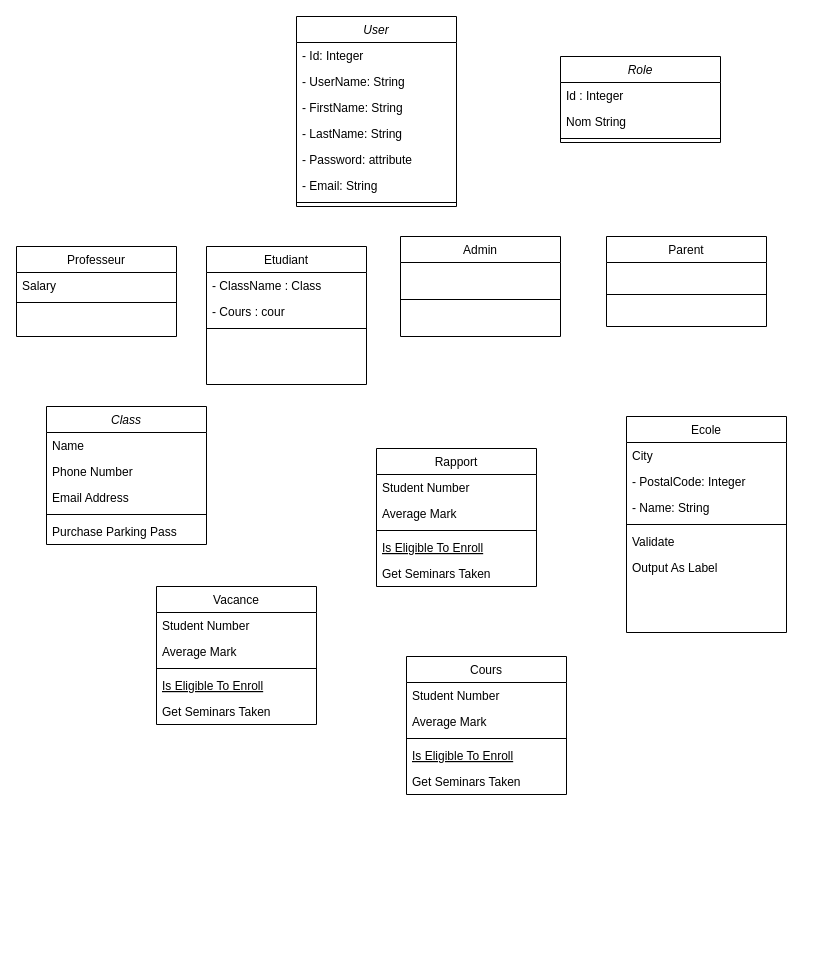
Before: Untitled Diagram.drawio in Ossama1994/Fill_Rouge_2-me_Ann-e, a draw.io diagram. Source tidied: cells renumbered, new cells numbered last; positions are measured from the earlier drawing's top-left corner, leaving out a move shared by most shapes. Both pictures are drawn from the tidied source at 100%, with x=0, y=0 at pixel (16, 16).
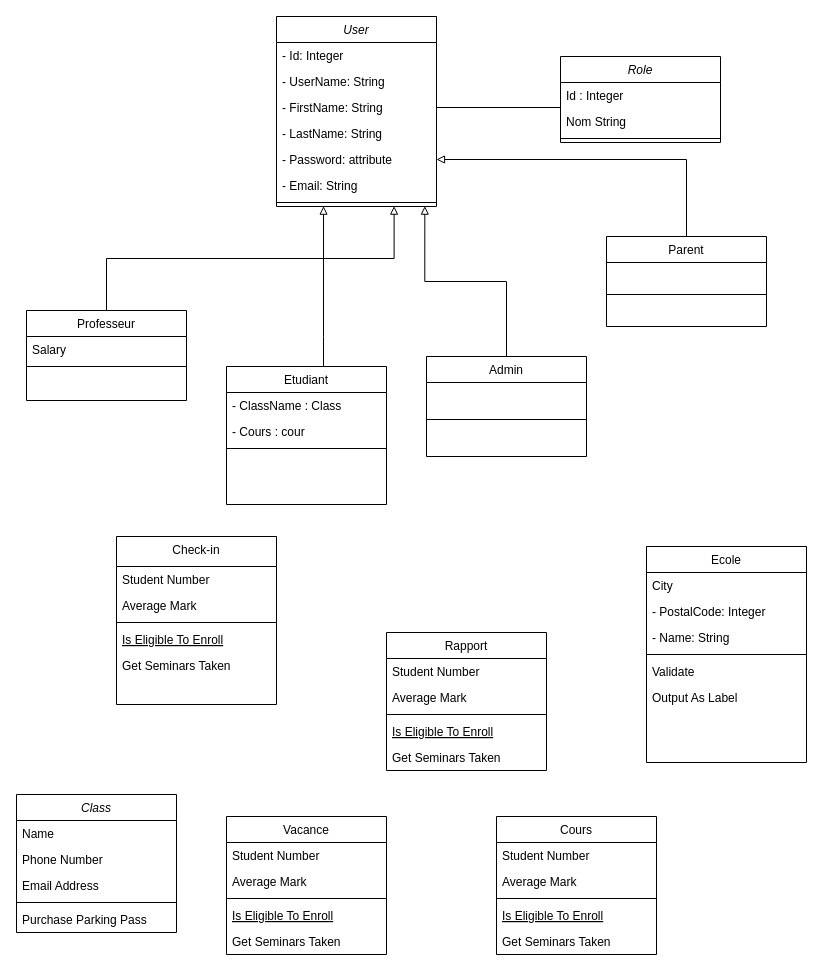
After the change.

Commit message:
Class_Diagram

The change refers to these unchanged cells:
```xml
<mxCell id="43" value="- FirstName: String" style="text;strokeColor=none;fillColor=none;align=left;verticalAlign=top;spacingLeft=4;spacingRight=4;overflow=hidden;points=[[0,0.5],[1,0.5]];portConstraint=eastwest;" parent="40" vertex="1">
  <mxGeometry y="78" width="160" height="26" as="geometry" />
</mxCell>
<mxCell id="45" value="- Password: attribute" style="text;strokeColor=none;fillColor=none;align=left;verticalAlign=top;spacingLeft=4;spacingRight=4;overflow=hidden;points=[[0,0.5],[1,0.5]];portConstraint=eastwest;" parent="40" vertex="1">
  <mxGeometry y="130" width="160" height="26" as="geometry" />
</mxCell>
<mxCell id="47" style="line;html=1;strokeWidth=1;align=left;verticalAlign=middle;spacingTop=-1;spacingLeft=3;spacingRight=3;labelPosition=right;points=[];portConstraint=eastwest;" parent="40" vertex="1">
  <mxGeometry y="182" width="160" height="8" as="geometry" />
</mxCell>
<mxCell id="50" value="Parent" style="swimlane;fontStyle=0;align=center;verticalAlign=top;horizontal=1;startSize=26;rounded=0;shadow=0;strokeWidth=1;" parent="1" vertex="1">
  <mxGeometry x="590" y="220" width="160" height="90" as="geometry" />
</mxCell>
<mxCell id="52" value="Role" style="swimlane;fontStyle=2;align=center;verticalAlign=top;horizontal=1;startSize=26;rounded=0;shadow=0;strokeWidth=1;" parent="1" vertex="1">
  <mxGeometry x="544" y="40" width="160" height="86" as="geometry" />
</mxCell>
```

The edit, as a diff of the source:
```diff
@@
     <mxCell id="2" value="Class" style="swimlane;fontStyle=2;align=center;verticalAlign=top;horizontal=1;startSize=26;rounded=0;shadow=0;strokeWidth=1;" parent="1" vertex="1">
-      <mxGeometry x="30" y="390" width="160" height="138" as="geometry" />
+      <mxGeometry y="778" width="160" height="138" as="geometry" />
     </mxCell>
@@
+    <mxCell id="56" style="edgeStyle=orthogonalEdgeStyle;rounded=0;jettySize=auto;html=1;entryX=0.294;entryY=0.958;entryDx=0;entryDy=0;entryPerimeter=0;endArrow=block;endFill=0;" parent="1" edge="1" source="8" target="47">
+      <mxGeometry relative="1" as="geometry">
+        <Array as="points">
+          <mxPoint x="307" y="320" />
+          <mxPoint x="307" y="320" />
+        </Array>
+      </mxGeometry>
+    </mxCell>
     <mxCell id="8" value="Etudiant" style="swimlane;fontStyle=0;align=center;verticalAlign=top;horizontal=1;startSize=26;rounded=0;shadow=0;strokeWidth=1;" parent="1" vertex="1">
-      <mxGeometry x="190" y="230" width="160" height="138" as="geometry" />
+      <mxGeometry x="210" y="350" width="160" height="138" as="geometry" />
     </mxCell>
@@
+    <mxCell id="57" style="edgeStyle=orthogonalEdgeStyle;rounded=0;jettySize=auto;html=1;entryX=0.735;entryY=0.958;entryDx=0;entryDy=0;entryPerimeter=0;endArrow=block;endFill=0;" parent="1" edge="1" source="12" target="47">
+      <mxGeometry relative="1" as="geometry" />
+    </mxCell>
     <mxCell id="12" value="Professeur" style="swimlane;fontStyle=0;align=center;verticalAlign=top;horizontal=1;startSize=26;rounded=0;shadow=0;strokeWidth=1;" parent="1" vertex="1">
-      <mxGeometry y="230" width="160" height="90" as="geometry" />
+      <mxGeometry x="10" y="294" width="160" height="90" as="geometry" />
     </mxCell>
@@
     <mxCell id="15" value="Ecole" style="swimlane;fontStyle=0;align=center;verticalAlign=top;horizontal=1;startSize=26;rounded=0;shadow=0;strokeWidth=1;" parent="1" vertex="1">
-      <mxGeometry x="610" y="400" width="160" height="216" as="geometry" />
+      <mxGeometry x="630" y="530" width="160" height="216" as="geometry" />
     </mxCell>
@@
     <mxCell id="22" value="Cours" style="swimlane;fontStyle=0;align=center;verticalAlign=top;horizontal=1;startSize=26;rounded=0;shadow=0;strokeWidth=1;" parent="1" vertex="1">
-      <mxGeometry x="390" y="640" width="160" height="138" as="geometry" />
+      <mxGeometry x="480" y="800" width="160" height="138" as="geometry" />
     </mxCell>
@@
     <mxCell id="28" value="Rapport" style="swimlane;fontStyle=0;align=center;verticalAlign=top;horizontal=1;startSize=26;rounded=0;shadow=0;strokeWidth=1;" parent="1" vertex="1">
-      <mxGeometry x="360" y="432" width="160" height="138" as="geometry" />
+      <mxGeometry x="370" y="616" width="160" height="138" as="geometry" />
     </mxCell>
@@
     <mxCell id="34" value="Vacance" style="swimlane;fontStyle=0;align=center;verticalAlign=top;horizontal=1;startSize=26;rounded=0;shadow=0;strokeWidth=1;" parent="1" vertex="1">
-      <mxGeometry x="140" y="570" width="160" height="138" as="geometry" />
+      <mxGeometry x="210" y="800" width="160" height="138" as="geometry" />
     </mxCell>
@@
     <mxCell id="40" value="User" style="swimlane;fontStyle=2;align=center;verticalAlign=top;horizontal=1;startSize=26;rounded=0;shadow=0;strokeWidth=1;" parent="1" vertex="1">
-      <mxGeometry x="280" width="160" height="190" as="geometry" />
+      <mxGeometry x="260" width="160" height="190" as="geometry" />
     </mxCell>
@@
+    <mxCell id="58" style="edgeStyle=orthogonalEdgeStyle;rounded=0;jettySize=auto;html=1;entryX=0.927;entryY=0.958;entryDx=0;entryDy=0;entryPerimeter=0;endArrow=block;endFill=0;" parent="1" edge="1" source="48" target="47">
+      <mxGeometry relative="1" as="geometry" />
+    </mxCell>
     <mxCell id="48" value="Admin" style="swimlane;fontStyle=0;align=center;verticalAlign=top;horizontal=1;startSize=26;rounded=0;shadow=0;strokeWidth=1;" parent="1" vertex="1">
-      <mxGeometry x="384" y="220" width="160" height="100" as="geometry" />
+      <mxGeometry x="410" y="340" width="160" height="100" as="geometry" />
     </mxCell>
@@
+    <mxCell id="59" style="edgeStyle=orthogonalEdgeStyle;rounded=0;jettySize=auto;html=1;entryX=1;entryY=0.5;entryDx=0;entryDy=0;endArrow=block;endFill=0;" parent="1" edge="1" source="50" target="45">
+      <mxGeometry relative="1" as="geometry" />
+    </mxCell>
@@
+    <mxCell id="60" style="edgeStyle=elbowEdgeStyle;rounded=0;jettySize=auto;html=1;entryX=1;entryY=0.5;entryDx=0;entryDy=0;endArrow=baseDash;endFill=0;elbow=vertical;jumpStyle=line;" parent="1" edge="1" source="52" target="43">
+      <mxGeometry relative="1" as="geometry" />
+    </mxCell>
@@
+    <mxCell id="61" value="Check-in" style="swimlane;fontStyle=0;align=center;verticalAlign=top;horizontal=1;startSize=30;rounded=0;shadow=0;strokeWidth=1;" parent="1" vertex="1">
+      <mxGeometry x="100" y="520" width="160" height="168" as="geometry" />
+    </mxCell>
+    <mxCell id="62" value="Student Number" style="text;align=left;verticalAlign=top;spacingLeft=4;spacingRight=4;overflow=hidden;" parent="61" vertex="1">
+      <mxGeometry y="30" width="160" height="26" as="geometry" />
+    </mxCell>
+    <mxCell id="63" value="Average Mark" style="text;align=left;verticalAlign=top;spacingLeft=4;spacingRight=4;overflow=hidden;rounded=0;shadow=0;html=0;" parent="61" vertex="1">
+      <mxGeometry y="56" width="160" height="26" as="geometry" />
+    </mxCell>
+    <mxCell id="64" style="line;html=1;strokeWidth=1;align=left;verticalAlign=middle;spacingTop=-1;spacingLeft=3;spacingRight=3;labelPosition=right;" parent="61" vertex="1">
+      <mxGeometry y="82" width="160" height="8" as="geometry" />
+    </mxCell>
+    <mxCell id="65" value="Is Eligible To Enroll" style="text;align=left;verticalAlign=top;spacingLeft=4;spacingRight=4;overflow=hidden;fontStyle=4;" parent="61" vertex="1">
+      <mxGeometry y="90" width="160" height="26" as="geometry" />
+    </mxCell>
+    <mxCell id="66" value="Get Seminars Taken" style="text;align=left;verticalAlign=top;spacingLeft=4;spacingRight=4;overflow=hidden;" parent="61" vertex="1">
+      <mxGeometry y="116" width="160" height="26" as="geometry" />
+    </mxCell>
```
